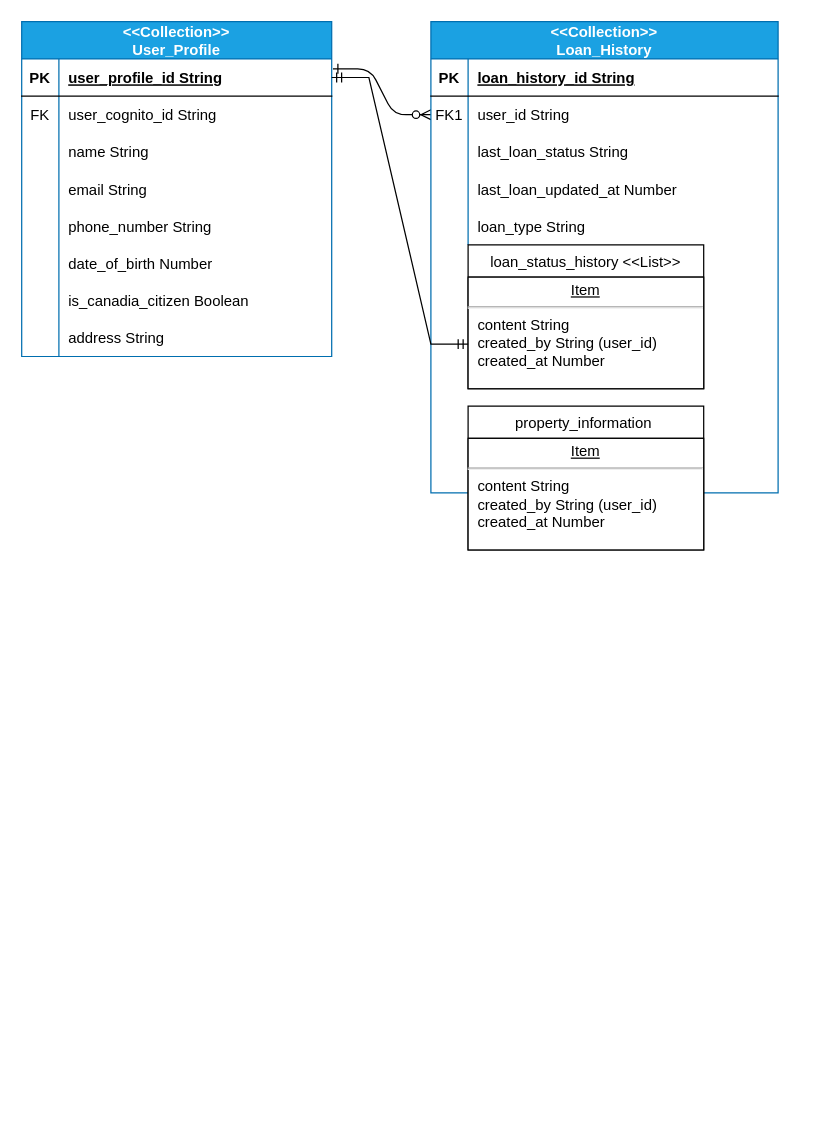
caprinak/caprinak keeps this draw.io diagram as page "Page-1" (1 of 2) of Untitled Diagram.drawio. Above is the earlier version. Source tidied: cells renumbered, new cells numbered last; positions are measured from the earlier drawing's top-left corner, leaving out a move shared by most shapes. Both pictures are drawn from the tidied source at 124%, with x=0, y=0 at pixel (21, 21).
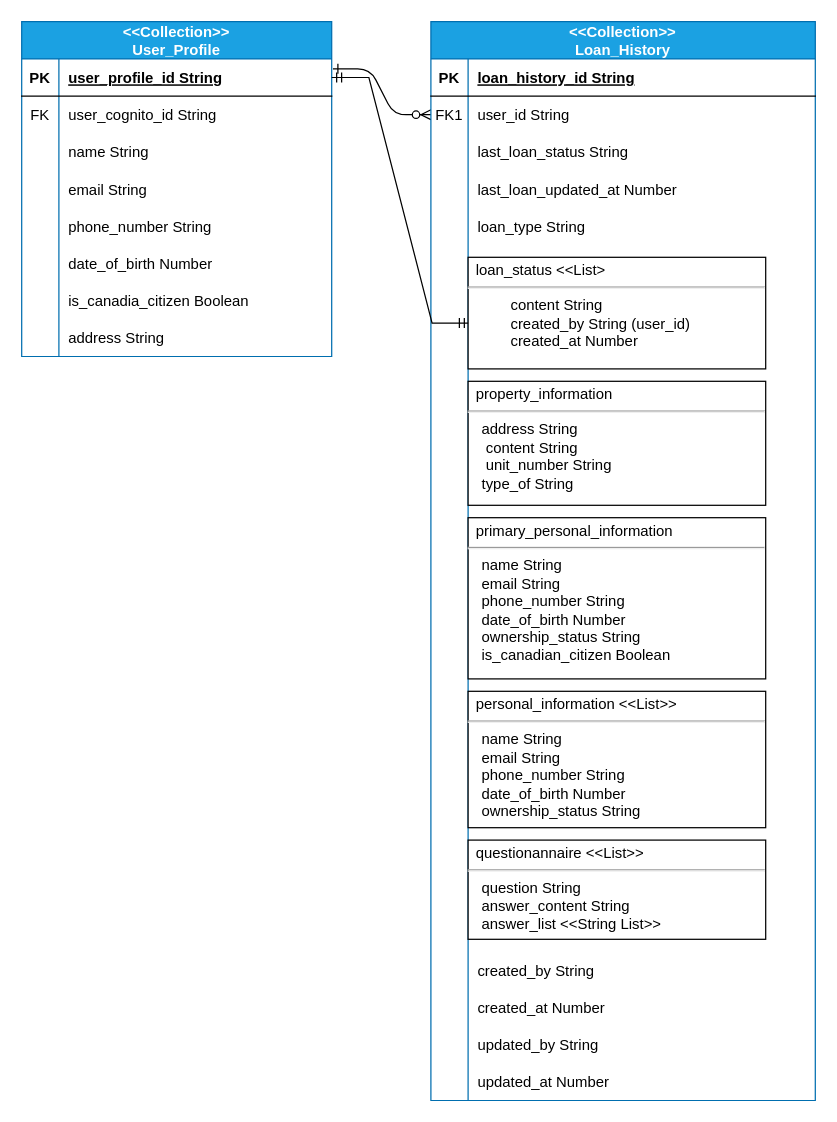
The same page after the edit.

Unchanged cells that the change refers to:
```xml
<mxCell id="20" style="shape=partialRectangle;fillColor=none;points=[[0,0.5],[1,0.5]];portConstraint=eastwest;top=0;left=0;right=0;bottom=1;" parent="19" vertex="1">
  <mxGeometry y="30" width="250" height="30" as="geometry" />
</mxCell>
```

What changed in the source:
```diff
@@
     <mxCell id="3" value="&lt;&lt;Collection&gt;&gt;&#10;Loan_History" style="shape=table;startSize=30;childLayout=tableLayout;rowLines=0;fontStyle=1;align=center;fillColor=#1ba1e2;fontColor=#ffffff;strokeColor=#006EAF;" parent="1" vertex="1">
-      <mxGeometry x="330" width="280" height="380" as="geometry" />
+      <mxGeometry x="330" width="310" height="870" as="geometry" />
     </mxCell>
     <mxCell id="4" style="shape=partialRectangle;fillColor=none;top=0;left=0;right=0;bottom=1;" parent="3" vertex="1">
-      <mxGeometry y="30" width="280" height="30" as="geometry" />
+      <mxGeometry y="30" width="310" height="30" as="geometry" />
     </mxCell>
@@
     <mxCell id="6" value="loan_history_id String" style="shape=partialRectangle;overflow=hidden;fillColor=none;top=0;left=0;bottom=0;right=0;align=left;spacingLeft=6;fontStyle=5;" parent="4" vertex="1">
-      <mxGeometry x="30" width="250" height="30" as="geometry" />
+      <mxGeometry x="30" width="280" height="30" as="geometry" />
     </mxCell>
     <mxCell id="7" style="shape=partialRectangle;fillColor=none;points=[[0,0.5],[1,0.5]];portConstraint=eastwest;top=0;left=0;right=0;bottom=0;" parent="3" vertex="1">
-      <mxGeometry y="60" width="280" height="30" as="geometry" />
+      <mxGeometry y="60" width="310" height="30" as="geometry" />
     </mxCell>
@@
     <mxCell id="9" value="user_id String" style="shape=partialRectangle;overflow=hidden;fillColor=none;top=0;left=0;bottom=0;right=0;align=left;spacingLeft=6;" parent="7" vertex="1">
-      <mxGeometry x="30" width="250" height="30" as="geometry" />
+      <mxGeometry x="30" width="280" height="30" as="geometry" />
     </mxCell>
     <mxCell id="10" style="shape=partialRectangle;fillColor=none;top=0;left=0;right=0;bottom=0;" parent="3" vertex="1">
-      <mxGeometry y="90" width="280" height="30" as="geometry" />
+      <mxGeometry y="90" width="310" height="30" as="geometry" />
     </mxCell>
@@
     <mxCell id="12" value="last_loan_status String" style="shape=partialRectangle;overflow=hidden;fillColor=none;top=0;left=0;bottom=0;right=0;align=left;spacingLeft=6;" parent="10" vertex="1">
-      <mxGeometry x="30" width="250" height="30" as="geometry" />
+      <mxGeometry x="30" width="280" height="30" as="geometry" />
     </mxCell>
     <mxCell id="13" style="shape=partialRectangle;fillColor=none;top=0;left=0;right=0;bottom=0;" parent="3" vertex="1">
-      <mxGeometry y="120" width="280" height="30" as="geometry" />
+      <mxGeometry y="120" width="310" height="30" as="geometry" />
     </mxCell>
@@
     <mxCell id="15" value="last_loan_updated_at Number" style="shape=partialRectangle;overflow=hidden;fillColor=none;top=0;left=0;bottom=0;right=0;align=left;spacingLeft=6;" parent="13" vertex="1">
-      <mxGeometry x="30" width="250" height="30" as="geometry" />
+      <mxGeometry x="30" width="280" height="30" as="geometry" />
     </mxCell>
     <mxCell id="16" style="shape=partialRectangle;fillColor=none;top=0;left=0;right=0;bottom=0;" parent="3" vertex="1">
-      <mxGeometry y="150" width="280" height="30" as="geometry" />
+      <mxGeometry y="150" width="310" height="30" as="geometry" />
     </mxCell>
@@
     <mxCell id="18" value="loan_type String" style="shape=partialRectangle;overflow=hidden;fillColor=none;top=0;left=0;bottom=0;right=0;align=left;spacingLeft=6;" parent="16" vertex="1">
-      <mxGeometry x="30" width="250" height="30" as="geometry" />
+      <mxGeometry x="30" width="280" height="30" as="geometry" />
     </mxCell>
+    <mxCell id="51" style="shape=partialRectangle;fillColor=none;top=0;left=0;right=0;bottom=0;" parent="3" vertex="1">
+      <mxGeometry y="180" width="310" height="570" as="geometry" />
+    </mxCell>
+    <mxCell id="52" style="shape=partialRectangle;overflow=hidden;fillColor=none;top=0;left=0;bottom=0;right=0;" parent="51" vertex="1">
+      <mxGeometry width="30" height="570" as="geometry" />
+    </mxCell>
+    <mxCell id="53" style="shape=partialRectangle;overflow=hidden;fillColor=none;top=0;left=0;bottom=0;right=0;align=left;spacingLeft=6;" parent="51" vertex="1">
+      <mxGeometry x="30" width="280" height="570" as="geometry" />
+    </mxCell>
+    <mxCell id="54" style="shape=partialRectangle;fillColor=none;top=0;left=0;right=0;bottom=0;" parent="3" vertex="1">
+      <mxGeometry y="750" width="310" height="30" as="geometry" />
+    </mxCell>
+    <mxCell id="55" style="shape=partialRectangle;overflow=hidden;fillColor=none;top=0;left=0;bottom=0;right=0;" parent="54" vertex="1">
+      <mxGeometry width="30" height="30" as="geometry" />
+    </mxCell>
+    <mxCell id="56" value="created_by String" style="shape=partialRectangle;overflow=hidden;fillColor=none;top=0;left=0;bottom=0;right=0;align=left;spacingLeft=6;" parent="54" vertex="1">
+      <mxGeometry x="30" width="280" height="30" as="geometry" />
+    </mxCell>
+    <mxCell id="57" style="shape=partialRectangle;fillColor=none;top=0;left=0;right=0;bottom=0;" parent="3" vertex="1">
+      <mxGeometry y="780" width="310" height="30" as="geometry" />
+    </mxCell>
+    <mxCell id="58" style="shape=partialRectangle;overflow=hidden;fillColor=none;top=0;left=0;bottom=0;right=0;" parent="57" vertex="1">
+      <mxGeometry width="30" height="30" as="geometry" />
+    </mxCell>
+    <mxCell id="59" value="created_at Number" style="shape=partialRectangle;overflow=hidden;fillColor=none;top=0;left=0;bottom=0;right=0;align=left;spacingLeft=6;" parent="57" vertex="1">
+      <mxGeometry x="30" width="280" height="30" as="geometry" />
+    </mxCell>
+    <mxCell id="60" style="shape=partialRectangle;fillColor=none;top=0;left=0;right=0;bottom=0;" parent="3" vertex="1">
+      <mxGeometry y="810" width="310" height="30" as="geometry" />
+    </mxCell>
+    <mxCell id="61" style="shape=partialRectangle;overflow=hidden;fillColor=none;top=0;left=0;bottom=0;right=0;" parent="60" vertex="1">
+      <mxGeometry width="30" height="30" as="geometry" />
+    </mxCell>
+    <mxCell id="62" value="updated_by String" style="shape=partialRectangle;overflow=hidden;fillColor=none;top=0;left=0;bottom=0;right=0;align=left;spacingLeft=6;" parent="60" vertex="1">
+      <mxGeometry x="30" width="280" height="30" as="geometry" />
+    </mxCell>
+    <mxCell id="63" style="shape=partialRectangle;fillColor=none;top=0;left=0;right=0;bottom=0;" parent="3" vertex="1">
+      <mxGeometry y="840" width="310" height="30" as="geometry" />
+    </mxCell>
+    <mxCell id="64" style="shape=partialRectangle;overflow=hidden;fillColor=none;top=0;left=0;bottom=0;right=0;" parent="63" vertex="1">
+      <mxGeometry width="30" height="30" as="geometry" />
+    </mxCell>
+    <mxCell id="65" value="updated_at Number" style="shape=partialRectangle;overflow=hidden;fillColor=none;top=0;left=0;bottom=0;right=0;align=left;spacingLeft=6;" parent="63" vertex="1">
+      <mxGeometry x="30" width="280" height="30" as="geometry" />
+    </mxCell>
@@
-    <mxCell id="44" value="loan_status_history &lt;&lt;List&gt;&gt;" style="swimlane;fontStyle=0;horizontal=1;startSize=26;fillColor=none;" parent="1" vertex="1">
-      <mxGeometry x="360" y="180" width="190" height="116" as="geometry" />
-    </mxCell>
-    <mxCell id="45" style="edgeStyle=orthogonalEdgeStyle;rounded=0;orthogonalLoop=1;jettySize=auto;html=1;exitX=0.5;exitY=1;exitDx=0;exitDy=0;" parent="44" edge="1" source="46" target="46">
-      <mxGeometry relative="1" as="geometry" />
-    </mxCell>
-    <mxCell id="46" value="&lt;p style=&quot;margin: 0px ; margin-top: 4px ; text-align: center ; text-decoration: underline&quot;&gt;Item&lt;/p&gt;&lt;hr&gt;&lt;p style=&quot;margin: 0px ; margin-left: 8px&quot;&gt;content String&lt;br&gt;created_by String (user_id)&lt;br&gt;created_at Number&lt;/p&gt;" style="verticalAlign=top;align=left;overflow=fill;fontSize=12;fontFamily=Helvetica;html=1;" parent="44" vertex="1">
-      <mxGeometry y="26" width="190" height="90" as="geometry" />
-    </mxCell>
-    <mxCell id="47" style="edgeStyle=entityRelationEdgeStyle;fontSize=12;html=1;endArrow=ERmandOne;startArrow=ERmandOne;rounded=0;exitX=1;exitY=0.5;exitDx=0;exitDy=0;" parent="1" edge="1" source="20">
-      <mxGeometry relative="1" as="geometry">
-        <mxPoint x="360" y="260" as="targetPoint" />
-      </mxGeometry>
+    <mxCell id="47" style="edgeStyle=entityRelationEdgeStyle;fontSize=12;html=1;endArrow=ERmandOne;startArrow=ERmandOne;rounded=0;exitX=1;exitY=0.5;exitDx=0;exitDy=0;entryX=0.004;entryY=0.589;entryDx=0;entryDy=0;entryPerimeter=0;" parent="1" edge="1" source="20" target="66">
+      <mxGeometry relative="1" as="geometry" />
     </mxCell>
-    <mxCell id="48" value="property_information " style="swimlane;fontStyle=0;horizontal=1;startSize=26;fillColor=none;" parent="1" vertex="1">
-      <mxGeometry x="360" y="310" width="190" height="116" as="geometry" />
-    </mxCell>
-    <mxCell id="49" style="edgeStyle=orthogonalEdgeStyle;rounded=0;orthogonalLoop=1;jettySize=auto;html=1;exitX=0.5;exitY=1;exitDx=0;exitDy=0;" parent="48" edge="1" source="50" target="50">
-      <mxGeometry relative="1" as="geometry" />
-    </mxCell>
-    <mxCell id="50" value="&lt;p style=&quot;margin: 0px ; margin-top: 4px ; text-align: center ; text-decoration: underline&quot;&gt;Item&lt;/p&gt;&lt;hr&gt;&lt;p style=&quot;margin: 0px ; margin-left: 8px&quot;&gt;content String&lt;br&gt;created_by String (user_id)&lt;br&gt;created_at Number&lt;/p&gt;" style="verticalAlign=top;align=left;overflow=fill;fontSize=12;fontFamily=Helvetica;html=1;" parent="48" vertex="1">
-      <mxGeometry y="26" width="190" height="90" as="geometry" />
-    </mxCell>
+    <mxCell id="66" value="&lt;p style=&quot;margin: 4px 0px 0px&quot;&gt;&amp;nbsp; loan_status &amp;lt;&amp;lt;List&amp;gt;&lt;/p&gt;&lt;hr&gt;&lt;p style=&quot;margin: 0px ; margin-left: 8px&quot;&gt;&amp;nbsp; &amp;nbsp; &amp;nbsp; &amp;nbsp; content String&lt;br&gt;&amp;nbsp; &amp;nbsp; &amp;nbsp; &amp;nbsp; created_by String (user_id)&lt;br&gt;&amp;nbsp; &amp;nbsp; &amp;nbsp; &amp;nbsp; created_at Number&lt;/p&gt;" style="verticalAlign=top;align=left;overflow=fill;fontSize=12;fontFamily=Helvetica;html=1;" parent="1" vertex="1">
+      <mxGeometry x="360" y="190" width="240" height="90" as="geometry" />
+    </mxCell>
+    <mxCell id="67" value="&lt;p style=&quot;margin: 4px 0px 0px&quot;&gt;&amp;nbsp; property_information&lt;/p&gt;&lt;hr&gt;&lt;p style=&quot;margin: 0px ; margin-left: 8px&quot;&gt;&lt;span style=&quot;white-space: pre&quot;&gt; &lt;/span&gt;address String&lt;br&gt;&lt;span style=&quot;white-space: pre&quot;&gt; &lt;span style=&quot;white-space: pre&quot;&gt; &lt;/span&gt;&lt;/span&gt;content String&lt;/p&gt;&lt;p style=&quot;margin: 0px ; margin-left: 8px&quot;&gt;&lt;span style=&quot;white-space: pre&quot;&gt; &lt;/span&gt;&lt;span style=&quot;white-space: pre&quot;&gt; &lt;/span&gt;unit_number String&lt;br&gt;&lt;span style=&quot;white-space: pre&quot;&gt; &lt;/span&gt;type_of String&lt;/p&gt;" style="verticalAlign=top;align=left;overflow=fill;fontSize=12;fontFamily=Helvetica;html=1;" parent="1" vertex="1">
+      <mxGeometry x="360" y="290" width="240" height="100" as="geometry" />
+    </mxCell>
+    <mxCell id="68" value="&lt;p style=&quot;margin: 4px 0px 0px&quot;&gt;&amp;nbsp; primary_personal_information&lt;/p&gt;&lt;hr&gt;&lt;p style=&quot;margin: 0px ; margin-left: 8px&quot;&gt;&lt;span style=&quot;white-space: pre&quot;&gt; &lt;/span&gt;name String&lt;br&gt;&lt;span style=&quot;white-space: pre&quot;&gt; &lt;/span&gt;&lt;span style=&quot;white-space: pre&quot;&gt;email &lt;/span&gt;String&lt;/p&gt;&lt;p style=&quot;margin: 0px ; margin-left: 8px&quot;&gt;&lt;span style=&quot;white-space: pre&quot;&gt; &lt;/span&gt;phone_number String&lt;br&gt;&lt;span style=&quot;white-space: pre&quot;&gt; &lt;/span&gt;date_of_birth Number&lt;/p&gt;&lt;p style=&quot;margin: 0px ; margin-left: 8px&quot;&gt;&lt;span style=&quot;white-space: pre&quot;&gt; &lt;/span&gt;ownership_status String&lt;br&gt;&lt;/p&gt;&lt;p style=&quot;margin: 0px ; margin-left: 8px&quot;&gt;&lt;span style=&quot;white-space: pre&quot;&gt; &lt;/span&gt;is_canadian_citizen Boolean&lt;br&gt;&lt;/p&gt;" style="verticalAlign=top;align=left;overflow=fill;fontSize=12;fontFamily=Helvetica;html=1;" parent="1" vertex="1">
+      <mxGeometry x="360" y="400" width="240" height="130" as="geometry" />
+    </mxCell>
+    <mxCell id="69" value="&lt;p style=&quot;margin: 4px 0px 0px&quot;&gt;&amp;nbsp; personal_information &amp;lt;&amp;lt;List&amp;gt;&amp;gt;&lt;/p&gt;&lt;hr&gt;&lt;p style=&quot;margin: 0px ; margin-left: 8px&quot;&gt;&lt;span style=&quot;white-space: pre&quot;&gt; &lt;/span&gt;name String&lt;br&gt;&lt;span style=&quot;white-space: pre&quot;&gt; &lt;/span&gt;&lt;span style=&quot;white-space: pre&quot;&gt;email &lt;/span&gt;String&lt;/p&gt;&lt;p style=&quot;margin: 0px ; margin-left: 8px&quot;&gt;&lt;span style=&quot;white-space: pre&quot;&gt; &lt;/span&gt;phone_number String&lt;br&gt;&lt;span style=&quot;white-space: pre&quot;&gt; &lt;/span&gt;date_of_birth Number&lt;/p&gt;&lt;p style=&quot;margin: 0px ; margin-left: 8px&quot;&gt;&lt;span style=&quot;white-space: pre&quot;&gt; &lt;/span&gt;ownership_status String&lt;br&gt;&lt;/p&gt;&lt;p style=&quot;margin: 0px ; margin-left: 8px&quot;&gt;&lt;span style=&quot;white-space: pre&quot;&gt; &lt;/span&gt;&lt;br&gt;&lt;/p&gt;" style="verticalAlign=top;align=left;overflow=fill;fontSize=12;fontFamily=Helvetica;html=1;" parent="1" vertex="1">
+      <mxGeometry x="360" y="540" width="240" height="110" as="geometry" />
+    </mxCell>
+    <mxCell id="70" value="&lt;p style=&quot;margin: 4px 0px 0px&quot;&gt;&amp;nbsp; questionannaire &amp;lt;&amp;lt;List&amp;gt;&amp;gt;&lt;/p&gt;&lt;hr&gt;&lt;p style=&quot;margin: 0px ; margin-left: 8px&quot;&gt;&lt;span style=&quot;white-space: pre&quot;&gt; &lt;/span&gt;question String&lt;br&gt;&lt;span style=&quot;white-space: pre&quot;&gt; &lt;/span&gt;&lt;span style=&quot;white-space: pre&quot;&gt;answer_content &lt;/span&gt;String&lt;/p&gt;&lt;p style=&quot;margin: 0px ; margin-left: 8px&quot;&gt;&lt;span style=&quot;white-space: pre&quot;&gt; &lt;/span&gt;answer_list &amp;lt;&amp;lt;String List&amp;gt;&amp;gt;&lt;br&gt;&lt;span style=&quot;white-space: pre&quot;&gt; &lt;/span&gt;&lt;/p&gt;&lt;p style=&quot;margin: 0px ; margin-left: 8px&quot;&gt;&lt;span style=&quot;white-space: pre&quot;&gt; &lt;/span&gt;&lt;br&gt;&lt;/p&gt;" style="verticalAlign=top;align=left;overflow=fill;fontSize=12;fontFamily=Helvetica;html=1;" parent="1" vertex="1">
+      <mxGeometry x="360" y="660" width="240" height="80" as="geometry" />
+    </mxCell>
```
